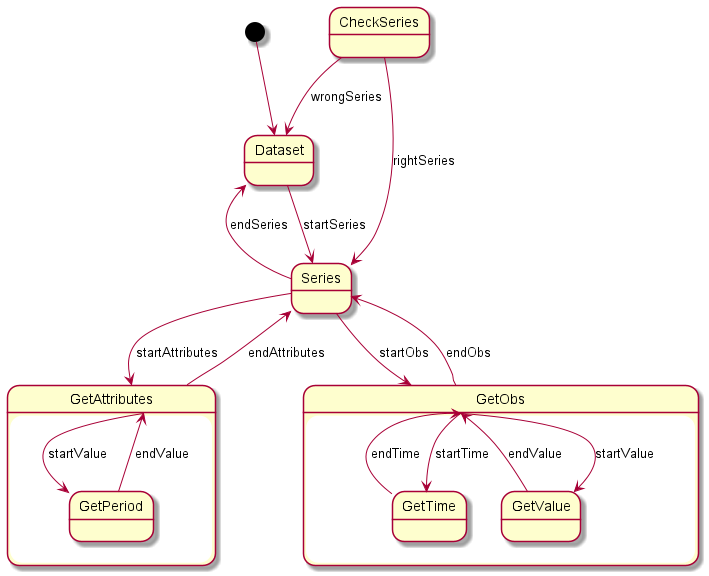
Earlier version of the PlantUML export src/main/resources/state-dataset.png (AltmanEA/edu-parse).
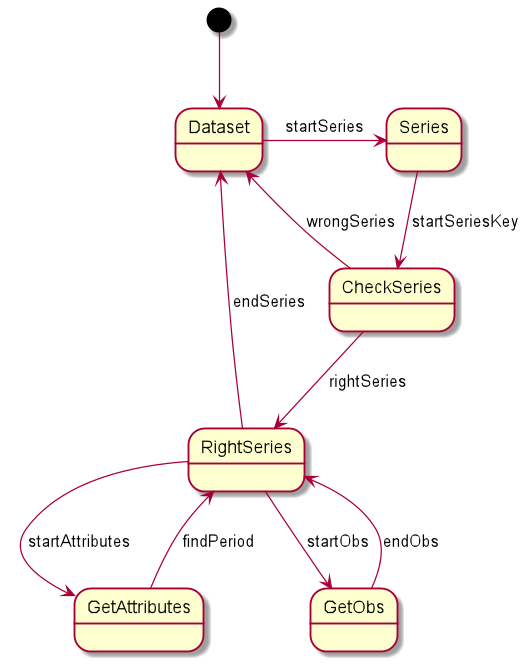
Above is the later version.

Commit message:
finite state done

What changed in the source:
```diff
@@ -1,25 +1,15 @@
 @startuml
 
-state GetAttributes {
-    GetAttributes --> GetPeriod: startValue
-    GetPeriod --> GetAttributes: endValue
-}
+[*] -->Dataset
+Dataset -> Series : startSeries
+Series --> CheckSeries: startSeriesKey
+CheckSeries --> RightSeries: rightSeries
+CheckSeries --> Dataset: wrongSeries
+RightSeries --> Dataset: endSeries
 
-state GetObs{
-    GetObs --> GetTime: startTime
-    GetTime --> GetObs: endTime
-    GetObs --> GetValue: startValue
-    GetValue --> GetObs: endValue
-}
-
-[*] -->Dataset
-Dataset --> Series : startSeries
-Series --> Dataset: endSeries
-CheckSeries --> Series: rightSeries
-CheckSeries --> Dataset: wrongSeries
-Series --> GetAttributes: startAttributes
-GetAttributes --> Series: endAttributes
-Series --> GetObs: startObs
-GetObs --> Series: endObs
+RightSeries --> GetAttributes: startAttributes
+GetAttributes --> RightSeries: findPeriod
+RightSeries --> GetObs: startObs
+GetObs --> RightSeries: endObs
 
 @enduml
```
